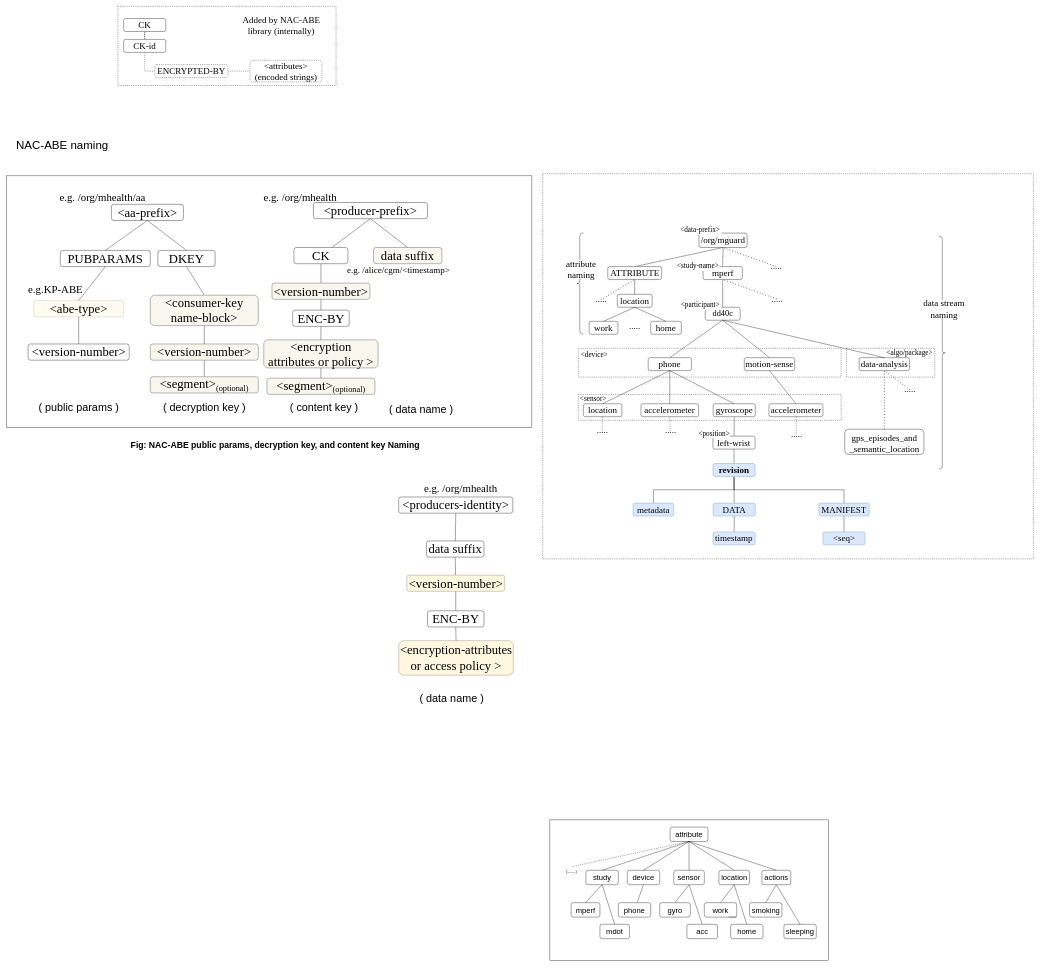
Above: page "Namespace" (2 of 4) of docs/latest mGuard .drawio in dulalsaurab/new-mguard (draw.io), before the change. Source tidied: cells renumbered, new cells numbered last; positions are measured from the earlier drawing's top-left corner, leaving out a move shared by most shapes. Both pictures are drawn from the tidied source at 36%, with x=0, y=0 at pixel (6, 6).
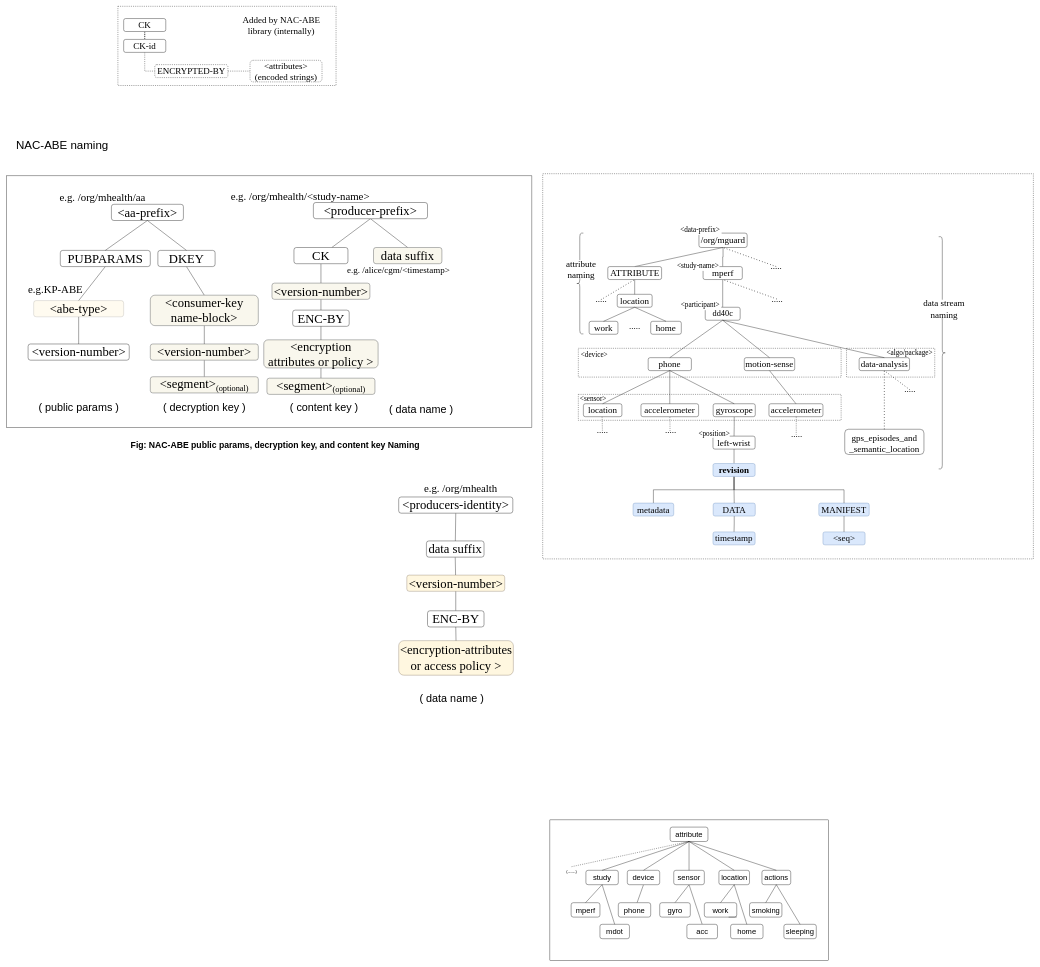
After the change.

The edit, as a diff of the source:
```diff
@@
-    <mxCell id="141" value="&lt;font face=&quot;Times New Roman&quot; style=&quot;font-size: 30px;&quot;&gt;e.g. /org/mhealth&lt;/font&gt;" style="text;html=1;align=center;verticalAlign=middle;strokeColor=none;fillColor=none;fontSize=35;" parent="1" vertex="1">
-      <mxGeometry x="701" y="497.5" width="230" height="60" as="geometry" />
+    <mxCell id="141" value="&lt;font face=&quot;Times New Roman&quot; style=&quot;font-size: 30px;&quot;&gt;e.g. /org/mhealth/&amp;lt;study-name&amp;gt;&lt;/font&gt;" style="text;html=1;align=center;verticalAlign=middle;strokeColor=none;fillColor=none;fontSize=35;" parent="1" vertex="1">
+      <mxGeometry x="611" y="494.5" width="410" height="60" as="geometry" />
     </mxCell>
```
